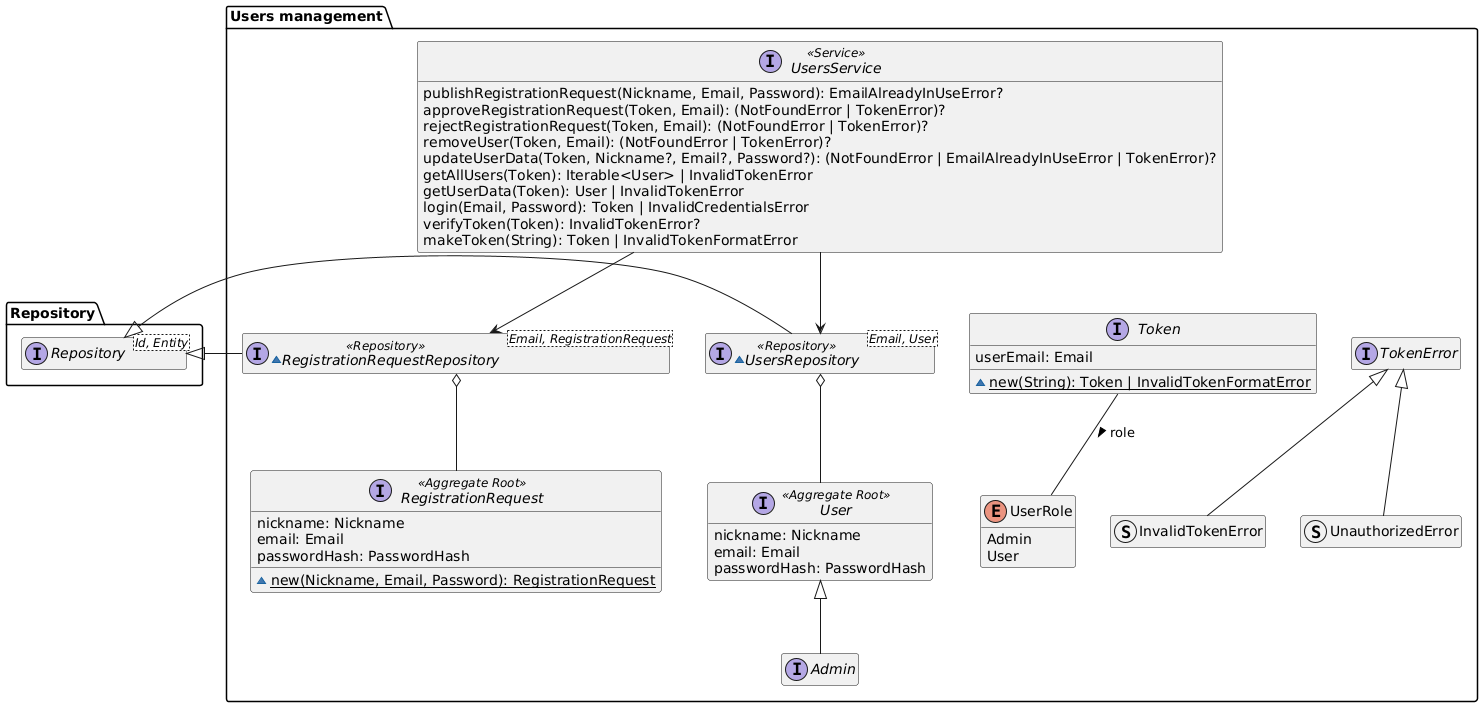
Before: diagrams/generated/users-management-domain-model.png, a diagram exported from PlantUML (DomoticASW/.github).
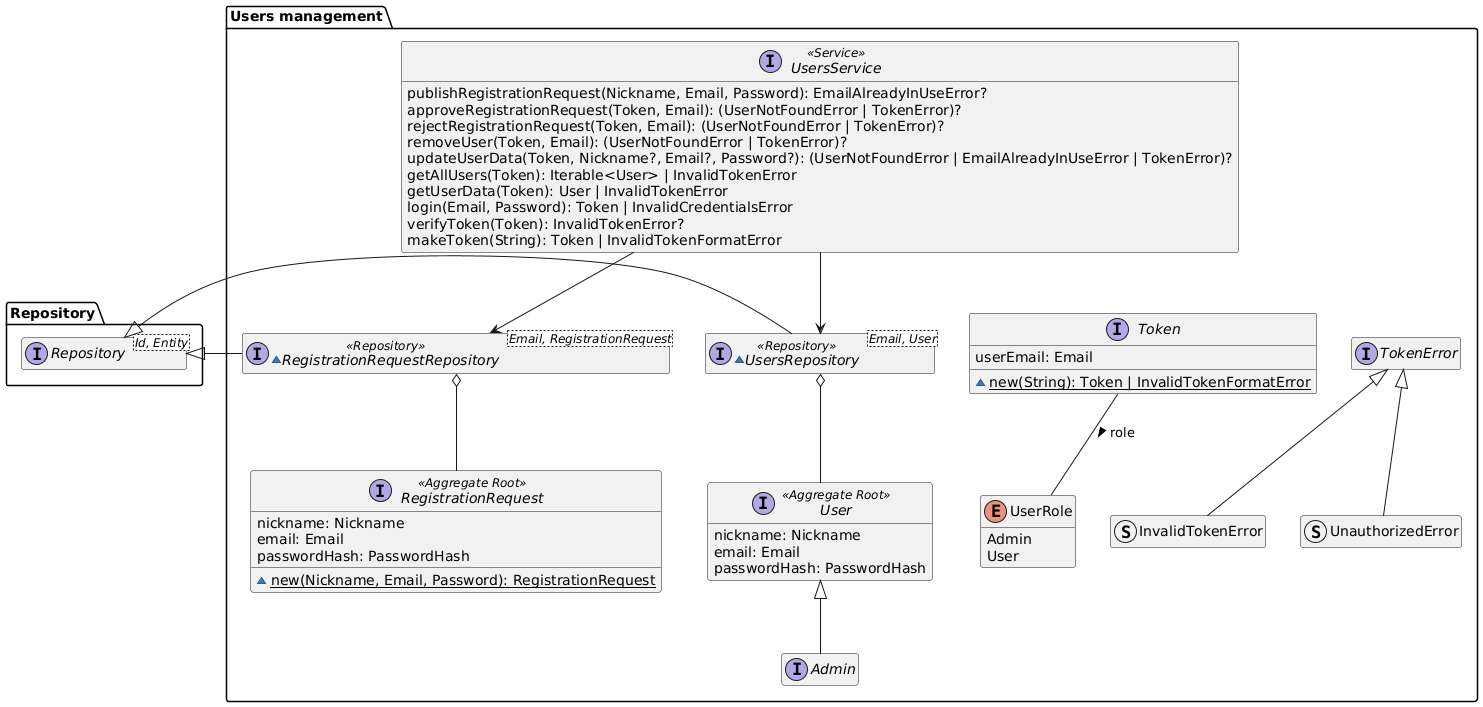
Above is the later version.

Commit message:
renamed error in users management context

Diff of the diagram source:
```diff
@@ -32,10 +32,10 @@
 
     interface UsersService <<Service>> {
         publishRegistrationRequest(Nickname, Email, Password): EmailAlreadyInUseError?
-        approveRegistrationRequest(Token, Email): (NotFoundError | TokenError)?
-        rejectRegistrationRequest(Token, Email): (NotFoundError | TokenError)?
-        removeUser(Token, Email): (NotFoundError | TokenError)?
-        updateUserData(Token, Nickname?, Email?, Password?): (NotFoundError | EmailAlreadyInUseError | TokenError)?
+        approveRegistrationRequest(Token, Email): (UserNotFoundError | TokenError)?
+        rejectRegistrationRequest(Token, Email): (UserNotFoundError | TokenError)?
+        removeUser(Token, Email): (UserNotFoundError | TokenError)?
+        updateUserData(Token, Nickname?, Email?, Password?): (UserNotFoundError | EmailAlreadyInUseError | TokenError)?
         getAllUsers(Token): Iterable<User> | InvalidTokenError
         getUserData(Token): User | InvalidTokenError
         login(Email, Password): Token | InvalidCredentialsError
```
